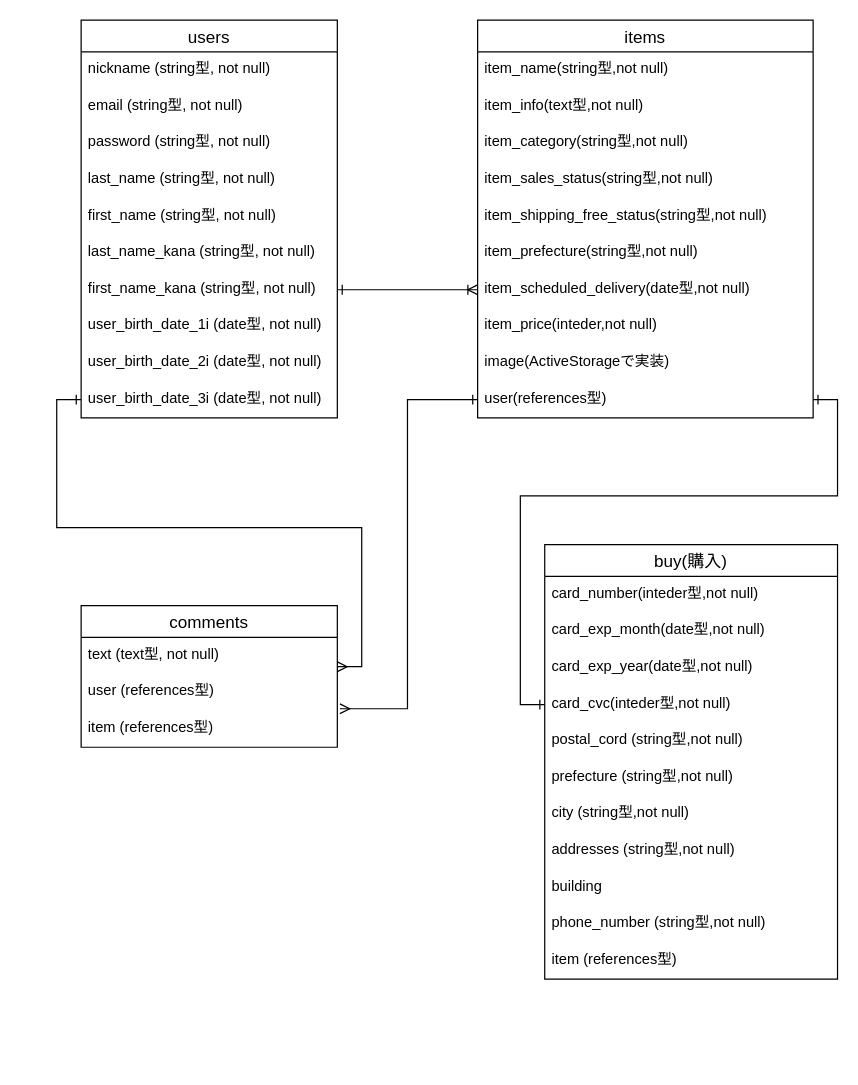
Above: page "ページ1" (1 of 2) of furima.dio in sho-ta24/furima-34281 (draw.io), before the change. Source tidied: cells renumbered, new cells numbered last; positions are measured from the earlier drawing's top-left corner, leaving out a move shared by most shapes. Both pictures are drawn from the tidied source at 122%, with x=0, y=0 at pixel (81, 20).
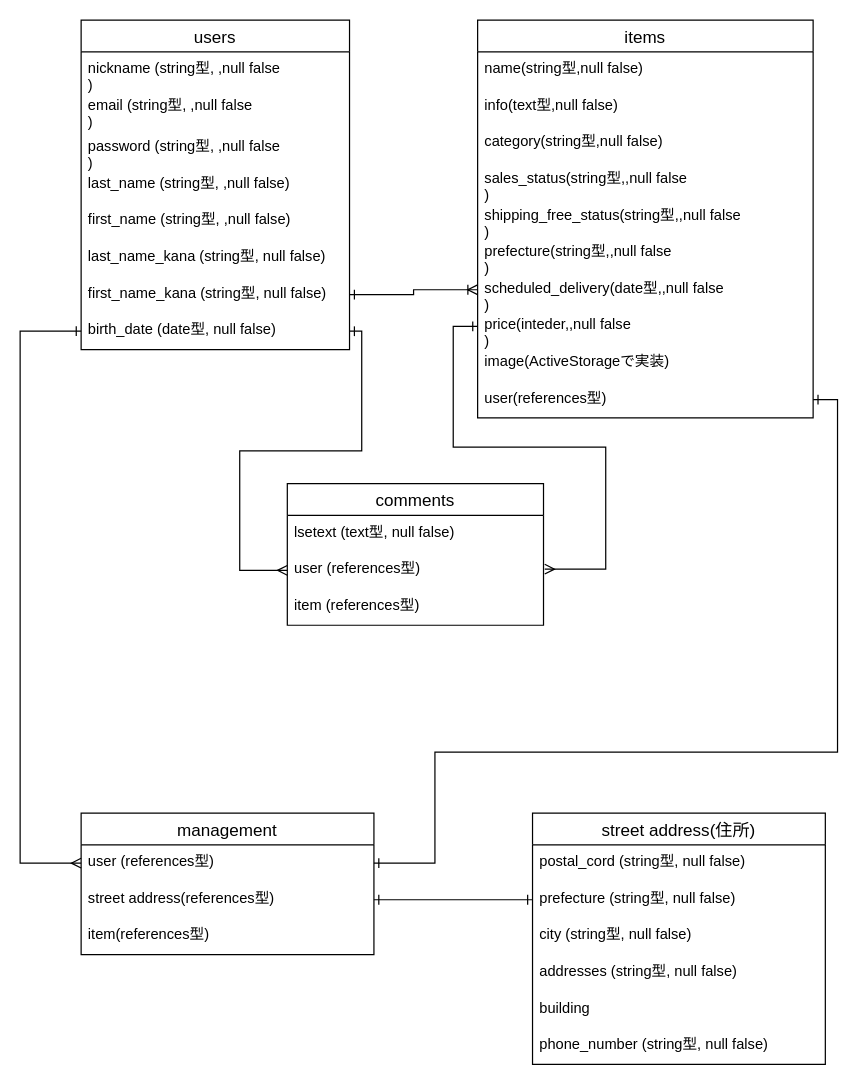
The same page after the edit.

Commit message (it also covers changes not shown here):
ER図、データベース設計修正１

Unchanged cells that the change refers to:
```xml
<mxCell id="2" value="items" style="swimlane;fontStyle=0;horizontal=1;startSize=26;align=center;fontSize=14;" parent="1" vertex="1">
  <mxGeometry x="325" width="275" height="326" as="geometry" />
</mxCell>
<mxCell id="12" value="user(references型)" style="text;strokeColor=none;fillColor=none;spacingLeft=4;spacingRight=4;overflow=hidden;points=[[0,0.5],[1,0.5]];portConstraint=eastwest;fontSize=12;" parent="2" vertex="1">
  <mxGeometry y="296" width="275" height="30" as="geometry" />
</mxCell>
<mxCell id="15" value="user (references型)" style="text;strokeColor=none;fillColor=none;spacingLeft=4;spacingRight=4;overflow=hidden;points=[[0,0.5],[1,0.5]];portConstraint=eastwest;fontSize=12;" parent="13" vertex="1">
  <mxGeometry y="56" width="210" height="30" as="geometry" />
</mxCell>
```

What changed in the source:
```diff
@@
-    <mxCell id="3" value="item_name(string型,not null)" style="text;strokeColor=none;fillColor=none;spacingLeft=4;spacingRight=4;overflow=hidden;fontSize=12;" parent="2" vertex="1">
+    <mxCell id="3" value="name(string型,null false)" style="text;strokeColor=none;fillColor=none;spacingLeft=4;spacingRight=4;overflow=hidden;fontSize=12;" parent="2" vertex="1">
       <mxGeometry y="26" width="275" height="30" as="geometry" />
     </mxCell>
-    <mxCell id="4" value="item_info(text型,not null)" style="text;strokeColor=none;fillColor=none;spacingLeft=4;spacingRight=4;overflow=hidden;fontSize=12;" parent="2" vertex="1">
+    <mxCell id="4" value="info(text型,null false)" style="text;strokeColor=none;fillColor=none;spacingLeft=4;spacingRight=4;overflow=hidden;fontSize=12;" parent="2" vertex="1">
       <mxGeometry y="56" width="275" height="30" as="geometry" />
     </mxCell>
-    <mxCell id="5" value="item_category(string型,not null)" style="text;strokeColor=none;fillColor=none;spacingLeft=4;spacingRight=4;overflow=hidden;fontSize=12;" parent="2" vertex="1">
+    <mxCell id="5" value="category(string型,null false)" style="text;strokeColor=none;fillColor=none;spacingLeft=4;spacingRight=4;overflow=hidden;fontSize=12;" parent="2" vertex="1">
       <mxGeometry y="86" width="275" height="30" as="geometry" />
     </mxCell>
-    <mxCell id="6" value="item_sales_status(string型,not null)" style="text;strokeColor=none;fillColor=none;spacingLeft=4;spacingRight=4;overflow=hidden;fontSize=12;" parent="2" vertex="1">
+    <mxCell id="6" value="sales_status(string型,,null false&#10;)" style="text;strokeColor=none;fillColor=none;spacingLeft=4;spacingRight=4;overflow=hidden;fontSize=12;" parent="2" vertex="1">
       <mxGeometry y="116" width="275" height="30" as="geometry" />
     </mxCell>
-    <mxCell id="7" value="item_shipping_free_status(string型,not null)" style="text;strokeColor=none;fillColor=none;spacingLeft=4;spacingRight=4;overflow=hidden;fontSize=12;" parent="2" vertex="1">
+    <mxCell id="7" value="shipping_free_status(string型,,null false&#10;)" style="text;strokeColor=none;fillColor=none;spacingLeft=4;spacingRight=4;overflow=hidden;fontSize=12;" parent="2" vertex="1">
       <mxGeometry y="146" width="275" height="30" as="geometry" />
     </mxCell>
-    <mxCell id="8" value="item_prefecture(string型,not null)" style="text;strokeColor=none;fillColor=none;spacingLeft=4;spacingRight=4;overflow=hidden;fontSize=12;" parent="2" vertex="1">
+    <mxCell id="8" value="prefecture(string型,,null false&#10;)" style="text;strokeColor=none;fillColor=none;spacingLeft=4;spacingRight=4;overflow=hidden;fontSize=12;" parent="2" vertex="1">
       <mxGeometry y="176" width="275" height="30" as="geometry" />
     </mxCell>
-    <mxCell id="9" value="item_scheduled_delivery(date型,not null)" style="text;strokeColor=none;fillColor=none;spacingLeft=4;spacingRight=4;overflow=hidden;points=[[0,0.5],[1,0.5]];portConstraint=eastwest;fontSize=12;" parent="2" vertex="1">
+    <mxCell id="9" value="scheduled_delivery(date型,,null false&#10;)" style="text;strokeColor=none;fillColor=none;spacingLeft=4;spacingRight=4;overflow=hidden;points=[[0,0.5],[1,0.5]];portConstraint=eastwest;fontSize=12;" parent="2" vertex="1">
       <mxGeometry y="206" width="275" height="30" as="geometry" />
     </mxCell>
-    <mxCell id="10" value="item_price(inteder,not null)" style="text;strokeColor=none;fillColor=none;spacingLeft=4;spacingRight=4;overflow=hidden;points=[[0,0.5],[1,0.5]];portConstraint=eastwest;fontSize=12;" parent="2" vertex="1">
+    <mxCell id="10" value="price(inteder,,null false&#10;)" style="text;strokeColor=none;fillColor=none;spacingLeft=4;spacingRight=4;overflow=hidden;points=[[0,0.5],[1,0.5]];portConstraint=eastwest;fontSize=12;" parent="2" vertex="1">
       <mxGeometry y="236" width="275" height="30" as="geometry" />
     </mxCell>
@@
     <mxCell id="13" value="comments" style="swimlane;fontStyle=0;horizontal=1;startSize=26;align=center;fontSize=14;" parent="1" vertex="1">
-      <mxGeometry y="480" width="210" height="116" as="geometry" />
+      <mxGeometry x="169" y="380" width="210" height="116" as="geometry" />
     </mxCell>
-    <mxCell id="14" value="text (text型, not null)" style="text;strokeColor=none;fillColor=none;spacingLeft=4;spacingRight=4;overflow=hidden;points=[[0,0.5],[1,0.5]];portConstraint=eastwest;fontSize=12;" parent="13" vertex="1">
+    <mxCell id="14" value="lsetext (text型, null false)" style="text;strokeColor=none;fillColor=none;spacingLeft=4;spacingRight=4;overflow=hidden;points=[[0,0.5],[1,0.5]];portConstraint=eastwest;fontSize=12;" parent="13" vertex="1">
       <mxGeometry y="26" width="210" height="30" as="geometry" />
     </mxCell>
@@
-    <mxCell id="17" value="buy(購入)" style="swimlane;fontStyle=0;horizontal=1;startSize=26;align=center;fontSize=14;" parent="1" vertex="1">
-      <mxGeometry x="380" y="430" width="240" height="356" as="geometry" />
+    <mxCell id="17" value="street address(住所)" style="swimlane;fontStyle=0;horizontal=1;startSize=26;align=center;fontSize=14;" parent="1" vertex="1">
+      <mxGeometry x="370" y="650" width="240" height="206" as="geometry" />
     </mxCell>
-    <mxCell id="18" value="card_number(inteder型,not null)" style="text;strokeColor=none;fillColor=none;spacingLeft=4;spacingRight=4;overflow=hidden;fontSize=12;" parent="17" vertex="1">
-      <mxGeometry y="26" width="240" height="30" as="geometry" />
-    </mxCell>
-    <mxCell id="19" value="card_exp_month(date型,not null)" style="text;strokeColor=none;fillColor=none;spacingLeft=4;spacingRight=4;overflow=hidden;fontSize=12;" parent="17" vertex="1">
-      <mxGeometry y="56" width="240" height="30" as="geometry" />
-    </mxCell>
-    <mxCell id="20" value="card_exp_year(date型,not null)" style="text;strokeColor=none;fillColor=none;spacingLeft=4;spacingRight=4;overflow=hidden;fontSize=12;" parent="17" vertex="1">
-      <mxGeometry y="86" width="240" height="30" as="geometry" />
-    </mxCell>
-    <mxCell id="21" value="card_cvc(inteder型,not null)" style="text;strokeColor=none;fillColor=none;spacingLeft=4;spacingRight=4;overflow=hidden;points=[[0,0.5],[1,0.5]];portConstraint=eastwest;fontSize=12;" parent="17" vertex="1">
-      <mxGeometry y="116" width="240" height="30" as="geometry" />
-    </mxCell>
-    <mxCell id="22" value="postal_cord (string型,not null)" style="text;strokeColor=none;fillColor=none;spacingLeft=4;spacingRight=4;overflow=hidden;fontSize=12;" parent="17" vertex="1">
-      <mxGeometry y="146" width="240" height="30" as="geometry" />
+    <mxCell id="22" value="postal_cord (string型, null false)" style="text;strokeColor=none;fillColor=none;spacingLeft=4;spacingRight=4;overflow=hidden;fontSize=12;" parent="17" vertex="1">
+      <mxGeometry y="26" width="240" height="30" as="geometry" />
     </mxCell>
-    <mxCell id="23" value="prefecture (string型,not null)" style="text;strokeColor=none;fillColor=none;spacingLeft=4;spacingRight=4;overflow=hidden;points=[[0,0.5],[1,0.5]];portConstraint=eastwest;fontSize=12;" parent="17" vertex="1">
-      <mxGeometry y="176" width="240" height="30" as="geometry" />
+    <mxCell id="23" value="prefecture (string型, null false)" style="text;strokeColor=none;fillColor=none;spacingLeft=4;spacingRight=4;overflow=hidden;points=[[0,0.5],[1,0.5]];portConstraint=eastwest;fontSize=12;" parent="17" vertex="1">
+      <mxGeometry y="56" width="240" height="30" as="geometry" />
     </mxCell>
-    <mxCell id="24" value="city (string型,not null)" style="text;strokeColor=none;fillColor=none;spacingLeft=4;spacingRight=4;overflow=hidden;fontSize=12;" parent="17" vertex="1">
-      <mxGeometry y="206" width="240" height="30" as="geometry" />
+    <mxCell id="24" value="city (string型, null false)" style="text;strokeColor=none;fillColor=none;spacingLeft=4;spacingRight=4;overflow=hidden;fontSize=12;" parent="17" vertex="1">
+      <mxGeometry y="86" width="240" height="30" as="geometry" />
     </mxCell>
-    <mxCell id="25" value="addresses (string型,not null)" style="text;strokeColor=none;fillColor=none;spacingLeft=4;spacingRight=4;overflow=hidden;fontSize=12;" parent="17" vertex="1">
-      <mxGeometry y="236" width="240" height="30" as="geometry" />
+    <mxCell id="25" value="addresses (string型, null false)" style="text;strokeColor=none;fillColor=none;spacingLeft=4;spacingRight=4;overflow=hidden;fontSize=12;" parent="17" vertex="1">
+      <mxGeometry y="116" width="240" height="30" as="geometry" />
     </mxCell>
     <mxCell id="26" value="building" style="text;strokeColor=none;fillColor=none;spacingLeft=4;spacingRight=4;overflow=hidden;fontSize=12;" parent="17" vertex="1">
-      <mxGeometry y="266" width="240" height="30" as="geometry" />
+      <mxGeometry y="146" width="240" height="30" as="geometry" />
     </mxCell>
-    <mxCell id="27" value="phone_number (string型,not null)" style="text;strokeColor=none;fillColor=none;spacingLeft=4;spacingRight=4;overflow=hidden;fontSize=12;" parent="17" vertex="1">
-      <mxGeometry y="296" width="240" height="30" as="geometry" />
+    <mxCell id="27" value="phone_number (string型, null false)" style="text;strokeColor=none;fillColor=none;spacingLeft=4;spacingRight=4;overflow=hidden;fontSize=12;" parent="17" vertex="1">
+      <mxGeometry y="176" width="240" height="30" as="geometry" />
     </mxCell>
-    <mxCell id="28" value="item (references型)" style="text;strokeColor=none;fillColor=none;spacingLeft=4;spacingRight=4;overflow=hidden;fontSize=12;" parent="17" vertex="1">
-      <mxGeometry y="326" width="240" height="30" as="geometry" />
-    </mxCell>
     <mxCell id="29" value="users" style="swimlane;fontStyle=0;horizontal=1;startSize=26;align=center;fontSize=14;" parent="1" vertex="1">
-      <mxGeometry width="210" height="326" as="geometry" />
+      <mxGeometry width="220" height="270" as="geometry" />
     </mxCell>
-    <mxCell id="30" value="nickname (string型, not null)" style="text;strokeColor=none;fillColor=none;spacingLeft=4;spacingRight=4;overflow=hidden;fontSize=12;" parent="29" vertex="1">
-      <mxGeometry y="26" width="210" height="30" as="geometry" />
+    <mxCell id="30" value="nickname (string型, ,null false&#10;)" style="text;strokeColor=none;fillColor=none;spacingLeft=4;spacingRight=4;overflow=hidden;fontSize=12;" parent="29" vertex="1">
+      <mxGeometry y="26" width="220" height="30" as="geometry" />
     </mxCell>
-    <mxCell id="31" value="email (string型, not null)" style="text;strokeColor=none;fillColor=none;spacingLeft=4;spacingRight=4;overflow=hidden;fontSize=12;" parent="29" vertex="1">
-      <mxGeometry y="56" width="210" height="30" as="geometry" />
+    <mxCell id="31" value="email (string型, ,null false&#10;)" style="text;strokeColor=none;fillColor=none;spacingLeft=4;spacingRight=4;overflow=hidden;fontSize=12;" parent="29" vertex="1">
+      <mxGeometry y="56" width="220" height="34" as="geometry" />
     </mxCell>
-    <mxCell id="32" value="password (string型, not null)" style="text;strokeColor=none;fillColor=none;spacingLeft=4;spacingRight=4;overflow=hidden;fontSize=12;" parent="29" vertex="1">
-      <mxGeometry y="86" width="210" height="30" as="geometry" />
+    <mxCell id="32" value="password (string型, ,null false&#10;)" style="text;strokeColor=none;fillColor=none;spacingLeft=4;spacingRight=4;overflow=hidden;fontSize=12;" parent="29" vertex="1">
+      <mxGeometry y="90" width="220" height="30" as="geometry" />
     </mxCell>
-    <mxCell id="33" value="last_name (string型, not null)" style="text;strokeColor=none;fillColor=none;spacingLeft=4;spacingRight=4;overflow=hidden;fontSize=12;" parent="29" vertex="1">
-      <mxGeometry y="116" width="210" height="30" as="geometry" />
+    <mxCell id="33" value="last_name (string型, ,null false)" style="text;strokeColor=none;fillColor=none;spacingLeft=4;spacingRight=4;overflow=hidden;fontSize=12;" parent="29" vertex="1">
+      <mxGeometry y="120" width="220" height="30" as="geometry" />
     </mxCell>
-    <mxCell id="34" value="first_name (string型, not null)" style="text;strokeColor=none;fillColor=none;spacingLeft=4;spacingRight=4;overflow=hidden;fontSize=12;" parent="29" vertex="1">
-      <mxGeometry y="146" width="210" height="30" as="geometry" />
+    <mxCell id="34" value="first_name (string型, ,null false)" style="text;strokeColor=none;fillColor=none;spacingLeft=4;spacingRight=4;overflow=hidden;fontSize=12;" parent="29" vertex="1">
+      <mxGeometry y="150" width="220" height="30" as="geometry" />
     </mxCell>
-    <mxCell id="35" value="last_name_kana (string型, not null)" style="text;strokeColor=none;fillColor=none;spacingLeft=4;spacingRight=4;overflow=hidden;fontSize=12;" parent="29" vertex="1">
-      <mxGeometry y="176" width="210" height="30" as="geometry" />
+    <mxCell id="35" value="last_name_kana (string型, null false)" style="text;strokeColor=none;fillColor=none;spacingLeft=4;spacingRight=4;overflow=hidden;fontSize=12;" parent="29" vertex="1">
+      <mxGeometry y="180" width="220" height="30" as="geometry" />
     </mxCell>
-    <mxCell id="36" value="first_name_kana (string型, not null)" style="text;strokeColor=none;fillColor=none;spacingLeft=4;spacingRight=4;overflow=hidden;points=[[0,0.5],[1,0.5]];portConstraint=eastwest;fontSize=12;" parent="29" vertex="1">
-      <mxGeometry y="206" width="210" height="30" as="geometry" />
+    <mxCell id="36" value="first_name_kana (string型, null false)" style="text;strokeColor=none;fillColor=none;spacingLeft=4;spacingRight=4;overflow=hidden;points=[[0,0.5],[1,0.5]];portConstraint=eastwest;fontSize=12;" parent="29" vertex="1">
+      <mxGeometry y="210" width="220" height="30" as="geometry" />
     </mxCell>
-    <mxCell id="37" value="user_birth_date_1i (date型, not null)" style="text;strokeColor=none;fillColor=none;spacingLeft=4;spacingRight=4;overflow=hidden;points=[[0,0.5],[1,0.5]];portConstraint=eastwest;fontSize=12;" parent="29" vertex="1">
-      <mxGeometry y="236" width="210" height="30" as="geometry" />
+    <mxCell id="37" value="birth_date (date型, null false)" style="text;strokeColor=none;fillColor=none;spacingLeft=4;spacingRight=4;overflow=hidden;points=[[0,0.5],[1,0.5]];portConstraint=eastwest;fontSize=12;" parent="29" vertex="1">
+      <mxGeometry y="240" width="220" height="30" as="geometry" />
     </mxCell>
-    <mxCell id="38" value="user_birth_date_2i (date型, not null)" style="text;strokeColor=none;fillColor=none;spacingLeft=4;spacingRight=4;overflow=hidden;fontSize=12;" parent="29" vertex="1">
-      <mxGeometry y="266" width="210" height="30" as="geometry" />
-    </mxCell>
-    <mxCell id="39" value="user_birth_date_3i (date型, not null)" style="text;strokeColor=none;fillColor=none;spacingLeft=4;spacingRight=4;overflow=hidden;points=[[0,0.5],[1,0.5]];portConstraint=eastwest;fontSize=12;" parent="29" vertex="1">
-      <mxGeometry y="296" width="210" height="30" as="geometry" />
-    </mxCell>
@@
-    <mxCell id="41" style="edgeStyle=orthogonalEdgeStyle;rounded=0;jettySize=auto;html=1;entryX=1.01;entryY=0.948;entryDx=0;entryDy=0;entryPerimeter=0;endArrow=ERmany;endFill=0;startArrow=ERone;startFill=0;" parent="1" edge="1" source="12" target="15">
-      <mxGeometry relative="1" as="geometry" />
-    </mxCell>
-    <mxCell id="42" style="edgeStyle=orthogonalEdgeStyle;rounded=0;jettySize=auto;html=1;entryX=1;entryY=0.8;entryDx=0;entryDy=0;entryPerimeter=0;endArrow=ERmany;endFill=0;startArrow=ERone;startFill=0;" parent="1" edge="1" source="39" target="14">
-      <mxGeometry relative="1" as="geometry" />
-    </mxCell>
-    <mxCell id="43" style="edgeStyle=orthogonalEdgeStyle;rounded=0;jettySize=auto;html=1;entryX=0;entryY=0.5;entryDx=0;entryDy=0;endArrow=ERone;endFill=0;startArrow=ERone;startFill=0;" parent="1" edge="1" source="12" target="21">
-      <mxGeometry relative="1" as="geometry">
-        <Array as="points">
-          <mxPoint x="620" y="311" />
-          <mxPoint x="620" y="390" />
-          <mxPoint x="360" y="390" />
-          <mxPoint x="360" y="561" />
-        </Array>
-      </mxGeometry>
-    </mxCell>
+    <mxCell id="44" value="management" style="swimlane;fontStyle=0;horizontal=1;startSize=26;align=center;fontSize=14;" parent="1" vertex="1">
+      <mxGeometry y="650" width="240" height="116" as="geometry" />
+    </mxCell>
+    <mxCell id="45" value="user (references型)" style="text;strokeColor=none;fillColor=none;spacingLeft=4;spacingRight=4;overflow=hidden;points=[[0,0.5],[1,0.5]];portConstraint=eastwest;fontSize=12;" parent="44" vertex="1">
+      <mxGeometry y="26" width="240" height="30" as="geometry" />
+    </mxCell>
+    <mxCell id="46" value="street address(references型)" style="text;strokeColor=none;fillColor=none;spacingLeft=4;spacingRight=4;overflow=hidden;points=[[0,0.5],[1,0.5]];portConstraint=eastwest;fontSize=12;" parent="44" vertex="1">
+      <mxGeometry y="56" width="240" height="30" as="geometry" />
+    </mxCell>
+    <mxCell id="47" value="item(references型)" style="text;strokeColor=none;fillColor=none;spacingLeft=4;spacingRight=4;overflow=hidden;fontSize=12;" parent="44" vertex="1">
+      <mxGeometry y="86" width="240" height="30" as="geometry" />
+    </mxCell>
+    <mxCell id="48" style="edgeStyle=orthogonalEdgeStyle;rounded=0;jettySize=auto;html=1;entryX=0;entryY=0.5;entryDx=0;entryDy=0;startArrow=ERone;startFill=0;endArrow=ERone;endFill=0;" parent="1" edge="1" source="46" target="23">
+      <mxGeometry relative="1" as="geometry" />
+    </mxCell>
+    <mxCell id="49" style="edgeStyle=orthogonalEdgeStyle;rounded=0;jettySize=auto;html=1;entryX=0;entryY=0.5;entryDx=0;entryDy=0;startArrow=ERone;startFill=0;endArrow=ERmany;endFill=0;" parent="1" edge="1" source="37" target="15">
+      <mxGeometry relative="1" as="geometry">
+        <Array as="points">
+          <mxPoint x="230" y="255" />
+          <mxPoint x="230" y="353" />
+          <mxPoint x="130" y="353" />
+          <mxPoint x="130" y="451" />
+        </Array>
+      </mxGeometry>
+    </mxCell>
+    <mxCell id="50" style="edgeStyle=orthogonalEdgeStyle;rounded=0;jettySize=auto;html=1;startArrow=ERone;startFill=0;endArrow=ERmany;endFill=0;" parent="1" edge="1" source="10">
+      <mxGeometry relative="1" as="geometry">
+        <mxPoint x="380" y="450" as="targetPoint" />
+        <Array as="points">
+          <mxPoint x="305" y="251" />
+          <mxPoint x="305" y="350" />
+          <mxPoint x="430" y="350" />
+          <mxPoint x="430" y="450" />
+          <mxPoint x="380" y="450" />
+        </Array>
+      </mxGeometry>
+    </mxCell>
+    <mxCell id="51" style="edgeStyle=orthogonalEdgeStyle;rounded=0;jettySize=auto;html=1;entryX=1;entryY=0.5;entryDx=0;entryDy=0;startArrow=ERone;startFill=0;endArrow=ERone;endFill=0;exitX=1;exitY=0.5;exitDx=0;exitDy=0;" parent="1" edge="1" source="12" target="45">
+      <mxGeometry relative="1" as="geometry">
+        <Array as="points">
+          <mxPoint x="620" y="311" />
+          <mxPoint x="620" y="600" />
+          <mxPoint x="290" y="600" />
+          <mxPoint x="290" y="691" />
+        </Array>
+      </mxGeometry>
+    </mxCell>
+    <mxCell id="52" style="edgeStyle=orthogonalEdgeStyle;rounded=0;jettySize=auto;html=1;entryX=0;entryY=0.5;entryDx=0;entryDy=0;startArrow=ERone;startFill=0;endArrow=ERmany;endFill=0;" parent="1" edge="1" source="37" target="45">
+      <mxGeometry relative="1" as="geometry">
+        <Array as="points">
+          <mxPoint x="-50" y="255" />
+          <mxPoint x="-50" y="691" />
+        </Array>
+      </mxGeometry>
+    </mxCell>
```
